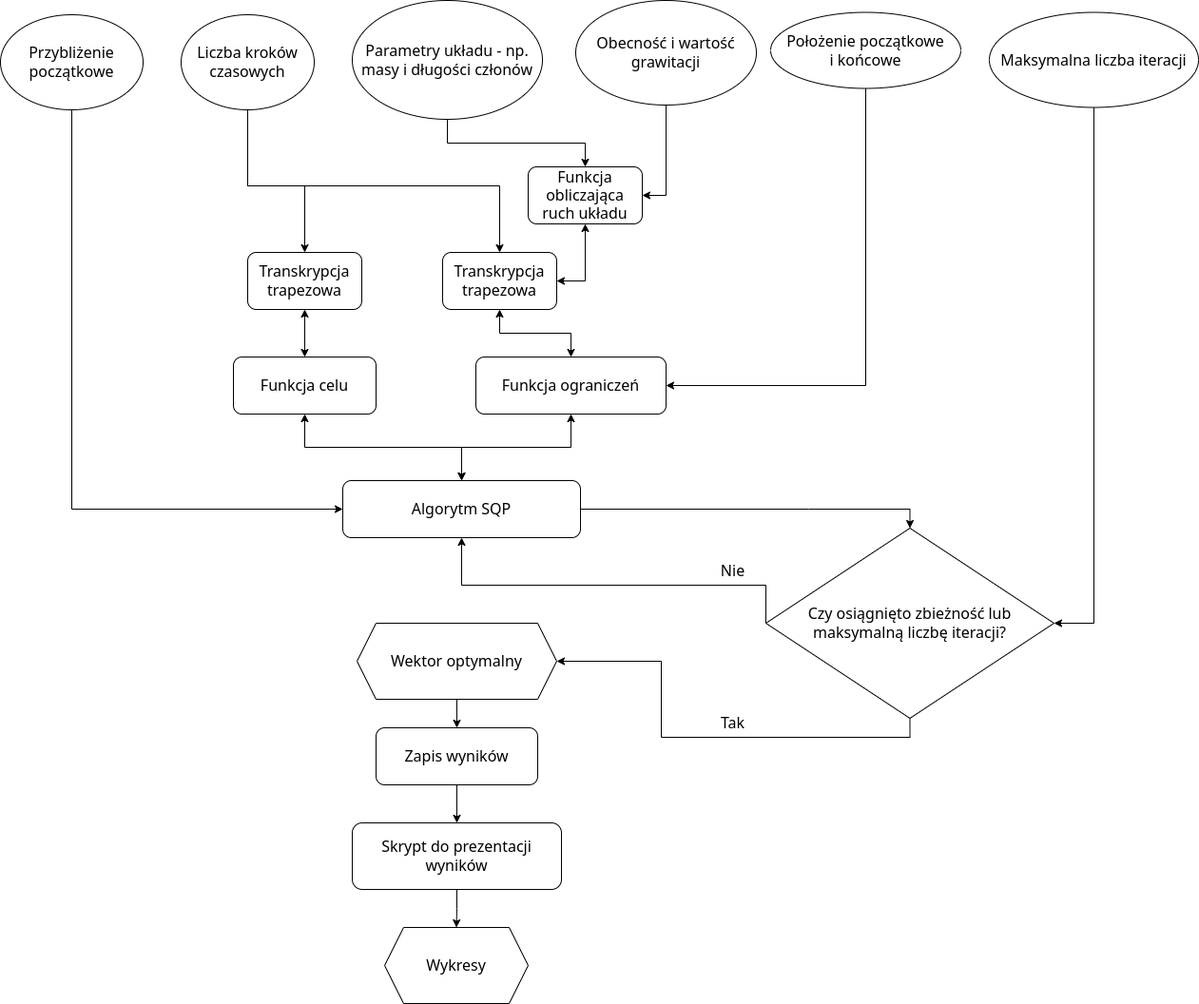
martakrauze/Optymalizacja_trajektorii keeps this draw.io diagram as schemat.drawio.png. Above is the earlier version. Source tidied: cells renumbered, new cells last; positions are measured from the earlier drawing's top-left corner, leaving out a move shared by most shapes.
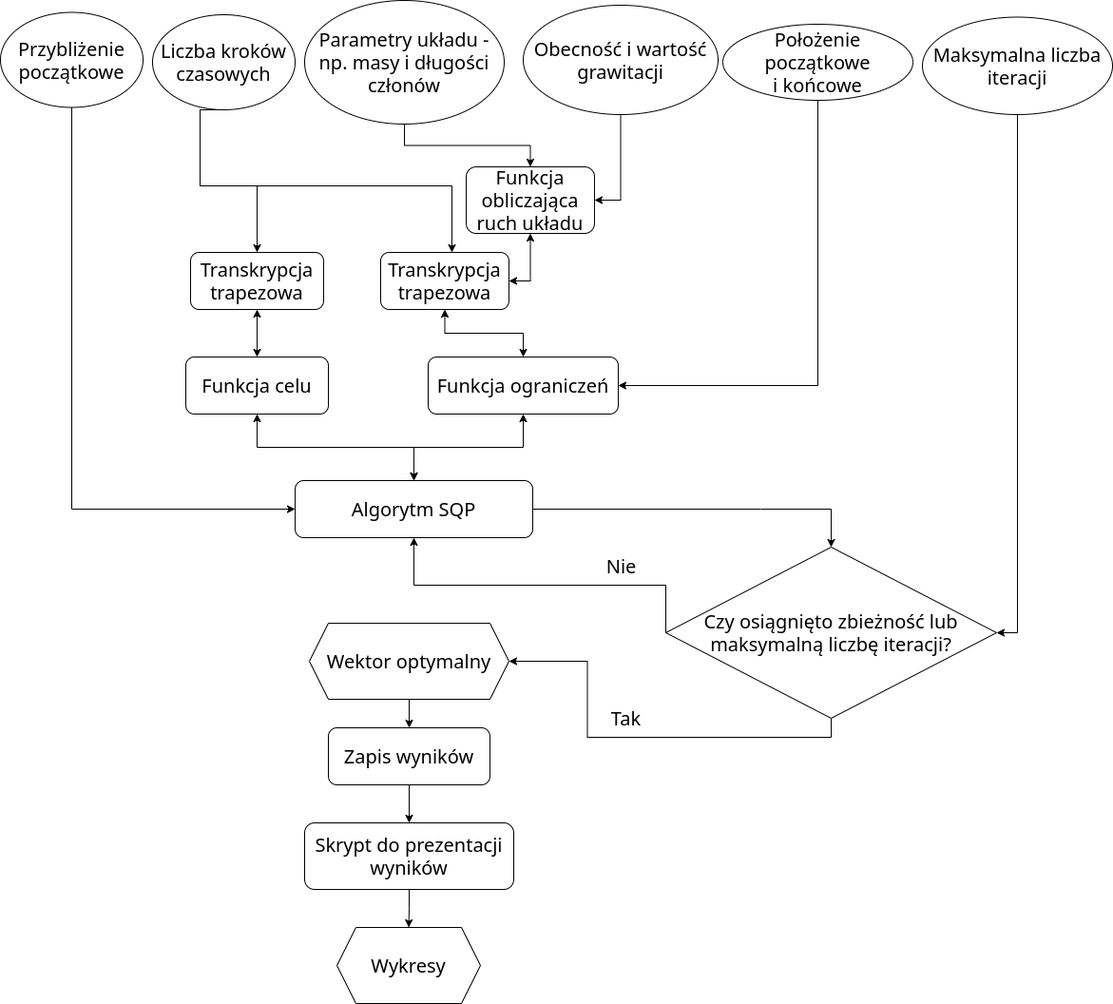
Later version of the same file.

Diff of the diagram source:
```diff
@@ -2,24 +2,24 @@
   <root>
     <mxCell id="0" />
     <mxCell id="1" parent="0" />
-    <mxCell id="2" style="edgeStyle=orthogonalEdgeStyle;rounded=0;jettySize=auto;html=1;exitX=0;exitY=0.5;exitDx=0;exitDy=0;entryX=0.5;entryY=1;entryDx=0;entryDy=0;fontSize=16;" parent="1" edge="1" source="25" target="3">
+    <mxCell id="2" style="edgeStyle=orthogonalEdgeStyle;rounded=0;jettySize=auto;html=1;exitX=0;exitY=0.5;exitDx=0;exitDy=0;entryX=0.5;entryY=1;entryDx=0;entryDy=0;fontSize=20;" parent="1" edge="1" source="25" target="3">
       <mxGeometry relative="1" as="geometry">
         <Array as="points">
-          <mxPoint x="805" y="615" />
+          <mxPoint x="750" y="615" />
           <mxPoint x="485" y="615" />
         </Array>
       </mxGeometry>
     </mxCell>
-    <mxCell id="3" value="Algorytm SQP" style="rounded=1;whiteSpace=wrap;html=1;fontSize=16;" parent="1" vertex="1">
+    <mxCell id="3" value="Algorytm SQP" style="rounded=1;whiteSpace=wrap;html=1;fontSize=20;" parent="1" vertex="1">
       <mxGeometry x="360" y="505" width="250" height="60" as="geometry" />
     </mxCell>
-    <mxCell id="4" style="edgeStyle=orthogonalEdgeStyle;rounded=0;jettySize=auto;html=1;entryX=0.5;entryY=0;entryDx=0;entryDy=0;fontSize=16;" parent="1" edge="1" source="5" target="33">
+    <mxCell id="4" style="edgeStyle=orthogonalEdgeStyle;rounded=0;jettySize=auto;html=1;entryX=0.5;entryY=0;entryDx=0;entryDy=0;fontSize=20;" parent="1" edge="1" source="5" target="33">
       <mxGeometry relative="1" as="geometry" />
     </mxCell>
-    <mxCell id="5" value="Parametry układu - np. masy i długości członów" style="ellipse;whiteSpace=wrap;html=1;fontSize=16;" parent="1" vertex="1">
-      <mxGeometry x="370" width="200" height="125" as="geometry" />
+    <mxCell id="5" value="Parametry układu - np. masy i długości członów" style="ellipse;whiteSpace=wrap;html=1;fontSize=20;" parent="1" vertex="1">
+      <mxGeometry x="370" width="210" height="130" as="geometry" />
     </mxCell>
-    <mxCell id="6" style="edgeStyle=orthogonalEdgeStyle;rounded=0;jettySize=auto;html=1;exitX=0.5;exitY=1;exitDx=0;exitDy=0;fontSize=16;" parent="1" edge="1" source="8" target="32">
+    <mxCell id="6" style="edgeStyle=orthogonalEdgeStyle;rounded=0;jettySize=auto;html=1;exitX=0.5;exitY=1;exitDx=0;exitDy=0;fontSize=20;" parent="1" edge="1" source="8" target="32">
       <mxGeometry relative="1" as="geometry">
         <Array as="points">
           <mxPoint x="260" y="195" />
@@ -27,7 +27,7 @@
         </Array>
       </mxGeometry>
     </mxCell>
-    <mxCell id="7" style="edgeStyle=orthogonalEdgeStyle;rounded=0;jettySize=auto;html=1;exitX=0.5;exitY=1;exitDx=0;exitDy=0;fontSize=16;" parent="1" edge="1" source="8" target="38">
+    <mxCell id="7" style="edgeStyle=orthogonalEdgeStyle;rounded=0;jettySize=auto;html=1;exitX=0.5;exitY=1;exitDx=0;exitDy=0;fontSize=20;" parent="1" edge="1" source="8" target="38">
       <mxGeometry relative="1" as="geometry">
         <Array as="points">
           <mxPoint x="260" y="195" />
@@ -35,52 +35,52 @@
         </Array>
       </mxGeometry>
     </mxCell>
-    <mxCell id="8" value="Liczba kroków czasowych" style="ellipse;whiteSpace=wrap;html=1;fontSize=16;" parent="1" vertex="1">
-      <mxGeometry x="190" y="15" width="140" height="100" as="geometry" />
+    <mxCell id="8" value="Liczba kroków czasowych" style="ellipse;whiteSpace=wrap;html=1;fontSize=20;" parent="1" vertex="1">
+      <mxGeometry x="210" y="15" width="150" height="100" as="geometry" />
     </mxCell>
-    <mxCell id="9" style="edgeStyle=orthogonalEdgeStyle;rounded=0;jettySize=auto;html=1;exitX=0.5;exitY=1;exitDx=0;exitDy=0;entryX=0;entryY=0.5;entryDx=0;entryDy=0;fontSize=16;" parent="1" edge="1" source="10" target="3">
+    <mxCell id="9" style="edgeStyle=orthogonalEdgeStyle;rounded=0;jettySize=auto;html=1;exitX=0.5;exitY=1;exitDx=0;exitDy=0;entryX=0;entryY=0.5;entryDx=0;entryDy=0;fontSize=20;" parent="1" edge="1" source="10" target="3">
       <mxGeometry relative="1" as="geometry" />
     </mxCell>
-    <mxCell id="10" value="Przybliżenie początkowe" style="ellipse;whiteSpace=wrap;html=1;fontSize=16;" parent="1" vertex="1">
-      <mxGeometry y="15" width="150" height="100" as="geometry" />
+    <mxCell id="10" value="&lt;font style=&quot;font-size: 20px;&quot;&gt;Przybliżenie początkowe&lt;/font&gt;" style="ellipse;whiteSpace=wrap;html=1;fontSize=20;" parent="1" vertex="1">
+      <mxGeometry x="50" y="12.5" width="150" height="100" as="geometry" />
     </mxCell>
-    <mxCell id="11" style="edgeStyle=orthogonalEdgeStyle;rounded=0;jettySize=auto;html=1;exitX=0.5;exitY=1;exitDx=0;exitDy=0;entryX=1;entryY=0.5;entryDx=0;entryDy=0;fontSize=16;" parent="1" edge="1" source="12" target="33">
+    <mxCell id="11" style="edgeStyle=orthogonalEdgeStyle;rounded=0;jettySize=auto;html=1;exitX=0.5;exitY=1;exitDx=0;exitDy=0;entryX=1;entryY=0.5;entryDx=0;entryDy=0;fontSize=20;" parent="1" edge="1" source="12" target="33">
       <mxGeometry relative="1" as="geometry" />
     </mxCell>
-    <mxCell id="12" value="Obecność i wartość grawitacji" style="ellipse;whiteSpace=wrap;html=1;fontSize=16;" parent="1" vertex="1">
-      <mxGeometry x="605" width="190" height="110" as="geometry" />
+    <mxCell id="12" value="Obecność i wartość grawitacji" style="ellipse;whiteSpace=wrap;html=1;fontSize=20;" parent="1" vertex="1">
+      <mxGeometry x="600" y="5" width="205" height="115" as="geometry" />
     </mxCell>
-    <mxCell id="13" style="edgeStyle=orthogonalEdgeStyle;rounded=0;jettySize=auto;html=1;fontSize=16;entryX=1;entryY=0.5;entryDx=0;entryDy=0;" parent="1" edge="1" source="14" target="25">
+    <mxCell id="13" style="edgeStyle=orthogonalEdgeStyle;rounded=0;jettySize=auto;html=1;fontSize=20;entryX=1;entryY=0.5;entryDx=0;entryDy=0;" parent="1" edge="1" source="14" target="25">
       <mxGeometry relative="1" as="geometry" />
     </mxCell>
-    <mxCell id="14" value="Maksymalna liczba iteracji" style="ellipse;whiteSpace=wrap;html=1;fontSize=16;" parent="1" vertex="1">
-      <mxGeometry x="1040" y="12.5" width="220" height="100" as="geometry" />
+    <mxCell id="14" value="Maksymalna liczba iteracji" style="ellipse;whiteSpace=wrap;html=1;fontSize=20;" parent="1" vertex="1">
+      <mxGeometry x="1020" y="17.5" width="200" height="102.5" as="geometry" />
     </mxCell>
-    <mxCell id="15" style="edgeStyle=orthogonalEdgeStyle;rounded=0;jettySize=auto;html=1;exitX=0.5;exitY=1;exitDx=0;exitDy=0;entryX=0.5;entryY=0;entryDx=0;entryDy=0;fontSize=16;" parent="1" edge="1" source="16" target="18">
+    <mxCell id="15" style="edgeStyle=orthogonalEdgeStyle;rounded=0;jettySize=auto;html=1;exitX=0.5;exitY=1;exitDx=0;exitDy=0;entryX=0.5;entryY=0;entryDx=0;entryDy=0;fontSize=20;" parent="1" edge="1" source="16" target="18">
       <mxGeometry relative="1" as="geometry" />
     </mxCell>
-    <mxCell id="16" value="Wektor optymalny" style="shape=hexagon;perimeter=hexagonPerimeter2;whiteSpace=wrap;html=1;fixedSize=1;fontSize=16;" parent="1" vertex="1">
+    <mxCell id="16" value="Wektor optymalny" style="shape=hexagon;perimeter=hexagonPerimeter2;whiteSpace=wrap;html=1;fixedSize=1;fontSize=20;" parent="1" vertex="1">
       <mxGeometry x="375" y="655" width="210" height="80" as="geometry" />
     </mxCell>
-    <mxCell id="17" style="edgeStyle=orthogonalEdgeStyle;rounded=0;jettySize=auto;html=1;exitX=0.5;exitY=1;exitDx=0;exitDy=0;fontSize=16;" parent="1" edge="1" source="18" target="20">
+    <mxCell id="17" style="edgeStyle=orthogonalEdgeStyle;rounded=0;jettySize=auto;html=1;exitX=0.5;exitY=1;exitDx=0;exitDy=0;fontSize=20;" parent="1" edge="1" source="18" target="20">
       <mxGeometry relative="1" as="geometry" />
     </mxCell>
-    <mxCell id="18" value="Zapis wyników" style="rounded=1;whiteSpace=wrap;html=1;fontSize=16;" parent="1" vertex="1">
+    <mxCell id="18" value="Zapis wyników" style="rounded=1;whiteSpace=wrap;html=1;fontSize=20;" parent="1" vertex="1">
       <mxGeometry x="395" y="765" width="170" height="60" as="geometry" />
     </mxCell>
-    <mxCell id="19" style="edgeStyle=orthogonalEdgeStyle;rounded=0;jettySize=auto;html=1;fontSize=16;" parent="1" edge="1" source="20" target="21">
+    <mxCell id="19" style="edgeStyle=orthogonalEdgeStyle;rounded=0;jettySize=auto;html=1;fontSize=20;" parent="1" edge="1" source="20" target="21">
       <mxGeometry relative="1" as="geometry" />
     </mxCell>
-    <mxCell id="20" value="Skrypt do prezentacji wyników" style="rounded=1;whiteSpace=wrap;html=1;fontSize=16;" parent="1" vertex="1">
+    <mxCell id="20" value="Skrypt do prezentacji wyników" style="rounded=1;whiteSpace=wrap;html=1;fontSize=20;" parent="1" vertex="1">
       <mxGeometry x="370" y="865" width="220" height="70" as="geometry" />
     </mxCell>
-    <mxCell id="21" value="Wykresy" style="shape=hexagon;perimeter=hexagonPerimeter2;whiteSpace=wrap;html=1;fixedSize=1;fontSize=16;" parent="1" vertex="1">
+    <mxCell id="21" value="Wykresy" style="shape=hexagon;perimeter=hexagonPerimeter2;whiteSpace=wrap;html=1;fixedSize=1;fontSize=20;" parent="1" vertex="1">
       <mxGeometry x="404" y="975" width="151" height="80" as="geometry" />
     </mxCell>
-    <mxCell id="22" value="Funkcja celu" style="rounded=1;whiteSpace=wrap;html=1;fontSize=16;" parent="1" vertex="1">
+    <mxCell id="22" value="Funkcja celu" style="rounded=1;whiteSpace=wrap;html=1;fontSize=20;" parent="1" vertex="1">
       <mxGeometry x="245" y="375" width="150" height="60" as="geometry" />
     </mxCell>
-    <mxCell id="23" style="edgeStyle=orthogonalEdgeStyle;rounded=0;jettySize=auto;html=1;fontSize=16;exitX=1;exitY=0.5;exitDx=0;exitDy=0;entryX=0.5;entryY=0;entryDx=0;entryDy=0;" parent="1" edge="1" source="3" target="25">
+    <mxCell id="23" style="edgeStyle=orthogonalEdgeStyle;rounded=0;jettySize=auto;html=1;fontSize=20;exitX=1;exitY=0.5;exitDx=0;exitDy=0;entryX=0.5;entryY=0;entryDx=0;entryDy=0;" parent="1" edge="1" source="3" target="25">
       <mxGeometry relative="1" as="geometry">
         <Array as="points">
           <mxPoint x="850" y="535" />
@@ -88,52 +88,52 @@
         </Array>
       </mxGeometry>
     </mxCell>
-    <mxCell id="24" style="edgeStyle=orthogonalEdgeStyle;rounded=0;jettySize=auto;html=1;exitX=0.5;exitY=1;exitDx=0;exitDy=0;entryX=1;entryY=0.5;entryDx=0;entryDy=0;fontSize=16;" parent="1" edge="1" source="25" target="16">
+    <mxCell id="24" style="edgeStyle=orthogonalEdgeStyle;rounded=0;jettySize=auto;html=1;exitX=0.5;exitY=1;exitDx=0;exitDy=0;entryX=1;entryY=0.5;entryDx=0;entryDy=0;fontSize=20;" parent="1" edge="1" source="25" target="16">
       <mxGeometry relative="1" as="geometry" />
     </mxCell>
-    <mxCell id="25" value="Czy osiągnięto zbieżność lub maksymalną liczbę iteracji?" style="rhombus;whiteSpace=wrap;html=1;fontSize=16;" parent="1" vertex="1">
-      <mxGeometry x="805" y="555" width="303" height="200" as="geometry" />
+    <mxCell id="25" value="Czy osiągnięto zbieżność lub maksymalną liczbę iteracji?" style="rhombus;whiteSpace=wrap;html=1;fontSize=20;" parent="1" vertex="1">
+      <mxGeometry x="750" y="575" width="348" height="180" as="geometry" />
     </mxCell>
-    <mxCell id="26" value="Nie" style="text;html=1;align=center;verticalAlign=middle;strokeColor=none;fillColor=none;fontSize=16;" parent="1" vertex="1">
-      <mxGeometry x="745" y="585" width="50" height="30" as="geometry" />
+    <mxCell id="26" value="Nie" style="text;html=1;align=center;verticalAlign=middle;strokeColor=none;fillColor=none;fontSize=20;" parent="1" vertex="1">
+      <mxGeometry x="672.5" y="575" width="60" height="40" as="geometry" />
     </mxCell>
-    <mxCell id="27" value="Tak" style="text;html=1;align=center;verticalAlign=middle;strokeColor=none;fillColor=none;fontSize=16;" parent="1" vertex="1">
-      <mxGeometry x="745" y="745" width="50" height="30" as="geometry" />
+    <mxCell id="27" value="Tak" style="text;html=1;align=center;verticalAlign=middle;strokeColor=none;fillColor=none;fontSize=20;" parent="1" vertex="1">
+      <mxGeometry x="682.5" y="735" width="50" height="40" as="geometry" />
     </mxCell>
-    <mxCell id="28" style="edgeStyle=orthogonalEdgeStyle;rounded=0;orthogonalLoop=1;jettySize=auto;html=1;exitX=0.5;exitY=1;exitDx=0;exitDy=0;fontSize=16;" parent="1" edge="1" source="25" target="25">
+    <mxCell id="28" style="edgeStyle=orthogonalEdgeStyle;rounded=0;orthogonalLoop=1;jettySize=auto;html=1;exitX=0.5;exitY=1;exitDx=0;exitDy=0;fontSize=20;" parent="1" edge="1" source="25" target="25">
       <mxGeometry relative="1" as="geometry" />
     </mxCell>
-    <mxCell id="29" value="Funkcja ograniczeń" style="rounded=1;whiteSpace=wrap;html=1;fontSize=16;" parent="1" vertex="1">
+    <mxCell id="29" value="Funkcja ograniczeń" style="rounded=1;whiteSpace=wrap;html=1;fontSize=20;" parent="1" vertex="1">
       <mxGeometry x="500" y="375" width="200" height="60" as="geometry" />
     </mxCell>
-    <mxCell id="30" style="edgeStyle=orthogonalEdgeStyle;rounded=0;jettySize=auto;html=1;exitX=0.5;exitY=1;exitDx=0;exitDy=0;entryX=1;entryY=0.5;entryDx=0;entryDy=0;fontSize=16;" parent="1" edge="1" source="31" target="29">
+    <mxCell id="30" style="edgeStyle=orthogonalEdgeStyle;rounded=0;jettySize=auto;html=1;exitX=0.5;exitY=1;exitDx=0;exitDy=0;entryX=1;entryY=0.5;entryDx=0;entryDy=0;fontSize=20;" parent="1" edge="1" source="31" target="29">
       <mxGeometry relative="1" as="geometry" />
     </mxCell>
-    <mxCell id="31" value="Położenie początkowe&lt;br&gt;i końcowe" style="ellipse;whiteSpace=wrap;html=1;fontSize=16;" parent="1" vertex="1">
-      <mxGeometry x="810" y="12.5" width="200" height="80" as="geometry" />
+    <mxCell id="31" value="Położenie początkowe&lt;br style=&quot;font-size: 20px;&quot;&gt;i końcowe" style="ellipse;whiteSpace=wrap;html=1;fontSize=20;" parent="1" vertex="1">
+      <mxGeometry x="810" y="25" width="200" height="80" as="geometry" />
     </mxCell>
-    <mxCell id="32" value="Transkrypcja trapezowa" style="rounded=1;whiteSpace=wrap;html=1;fontSize=16;" parent="1" vertex="1">
-      <mxGeometry x="465" y="265" width="120" height="60" as="geometry" />
+    <mxCell id="32" value="Transkrypcja trapezowa" style="rounded=1;whiteSpace=wrap;html=1;fontSize=20;" parent="1" vertex="1">
+      <mxGeometry x="450" y="265" width="135" height="60" as="geometry" />
     </mxCell>
-    <mxCell id="33" value="Funkcja obliczająca ruch układu" style="rounded=1;whiteSpace=wrap;html=1;fontSize=16;" parent="1" vertex="1">
-      <mxGeometry x="555" y="175" width="120" height="60" as="geometry" />
+    <mxCell id="33" value="Funkcja obliczająca ruch układu" style="rounded=1;whiteSpace=wrap;html=1;fontSize=20;" parent="1" vertex="1">
+      <mxGeometry x="540" y="175" width="135" height="70" as="geometry" />
     </mxCell>
-    <mxCell id="34" style="endArrow=classic;startArrow=classic;html=1;rounded=0;fontSize=16;entryX=0.5;entryY=1;entryDx=0;entryDy=0;exitX=1;exitY=0.5;exitDx=0;exitDy=0;edgeStyle=orthogonalEdgeStyle;" parent="1" edge="1" source="32" target="33">
+    <mxCell id="34" style="endArrow=classic;startArrow=classic;html=1;rounded=0;fontSize=20;entryX=0.5;entryY=1;entryDx=0;entryDy=0;exitX=1;exitY=0.5;exitDx=0;exitDy=0;edgeStyle=orthogonalEdgeStyle;" parent="1" edge="1" source="32" target="33">
       <mxGeometry relative="1" as="geometry" />
     </mxCell>
-    <mxCell id="35" style="endArrow=classic;startArrow=classic;html=1;rounded=0;fontSize=16;exitX=0.5;exitY=0;exitDx=0;exitDy=0;entryX=0.5;entryY=1;entryDx=0;entryDy=0;edgeStyle=orthogonalEdgeStyle;" parent="1" edge="1" source="29" target="32">
+    <mxCell id="35" style="endArrow=classic;startArrow=classic;html=1;rounded=0;fontSize=20;exitX=0.5;exitY=0;exitDx=0;exitDy=0;entryX=0.5;entryY=1;entryDx=0;entryDy=0;edgeStyle=orthogonalEdgeStyle;" parent="1" edge="1" source="29" target="32">
       <mxGeometry relative="1" as="geometry" />
     </mxCell>
-    <mxCell id="36" style="endArrow=classic;startArrow=classic;html=1;rounded=0;fontSize=16;entryX=0.5;entryY=1;entryDx=0;entryDy=0;exitX=0.5;exitY=0;exitDx=0;exitDy=0;edgeStyle=orthogonalEdgeStyle;" parent="1" edge="1" source="3" target="29">
+    <mxCell id="36" style="endArrow=classic;startArrow=classic;html=1;rounded=0;fontSize=20;entryX=0.5;entryY=1;entryDx=0;entryDy=0;exitX=0.5;exitY=0;exitDx=0;exitDy=0;edgeStyle=orthogonalEdgeStyle;" parent="1" edge="1" source="3" target="29">
       <mxGeometry relative="1" as="geometry" />
     </mxCell>
-    <mxCell id="37" style="endArrow=classic;startArrow=classic;html=1;rounded=0;fontSize=16;entryX=0.5;entryY=1;entryDx=0;entryDy=0;exitX=0.5;exitY=0;exitDx=0;exitDy=0;edgeStyle=orthogonalEdgeStyle;" parent="1" edge="1" source="3" target="22">
+    <mxCell id="37" style="endArrow=classic;startArrow=classic;html=1;rounded=0;fontSize=20;entryX=0.5;entryY=1;entryDx=0;entryDy=0;exitX=0.5;exitY=0;exitDx=0;exitDy=0;edgeStyle=orthogonalEdgeStyle;" parent="1" edge="1" source="3" target="22">
       <mxGeometry relative="1" as="geometry" />
     </mxCell>
-    <mxCell id="38" value="Transkrypcja trapezowa" style="rounded=1;whiteSpace=wrap;html=1;fontSize=16;" parent="1" vertex="1">
-      <mxGeometry x="260" y="265" width="120" height="60" as="geometry" />
+    <mxCell id="38" value="Transkrypcja trapezowa" style="rounded=1;whiteSpace=wrap;html=1;fontSize=20;" parent="1" vertex="1">
+      <mxGeometry x="250" y="265" width="140" height="60" as="geometry" />
     </mxCell>
-    <mxCell id="39" style="endArrow=classic;startArrow=classic;html=1;rounded=0;fontSize=16;exitX=0.5;exitY=0;exitDx=0;exitDy=0;entryX=0.5;entryY=1;entryDx=0;entryDy=0;" parent="1" edge="1" source="22" target="38">
+    <mxCell id="39" style="endArrow=classic;startArrow=classic;html=1;rounded=0;fontSize=20;exitX=0.5;exitY=0;exitDx=0;exitDy=0;entryX=0.5;entryY=1;entryDx=0;entryDy=0;" parent="1" edge="1" source="22" target="38">
       <mxGeometry relative="1" as="geometry" />
     </mxCell>
   </root>
```
